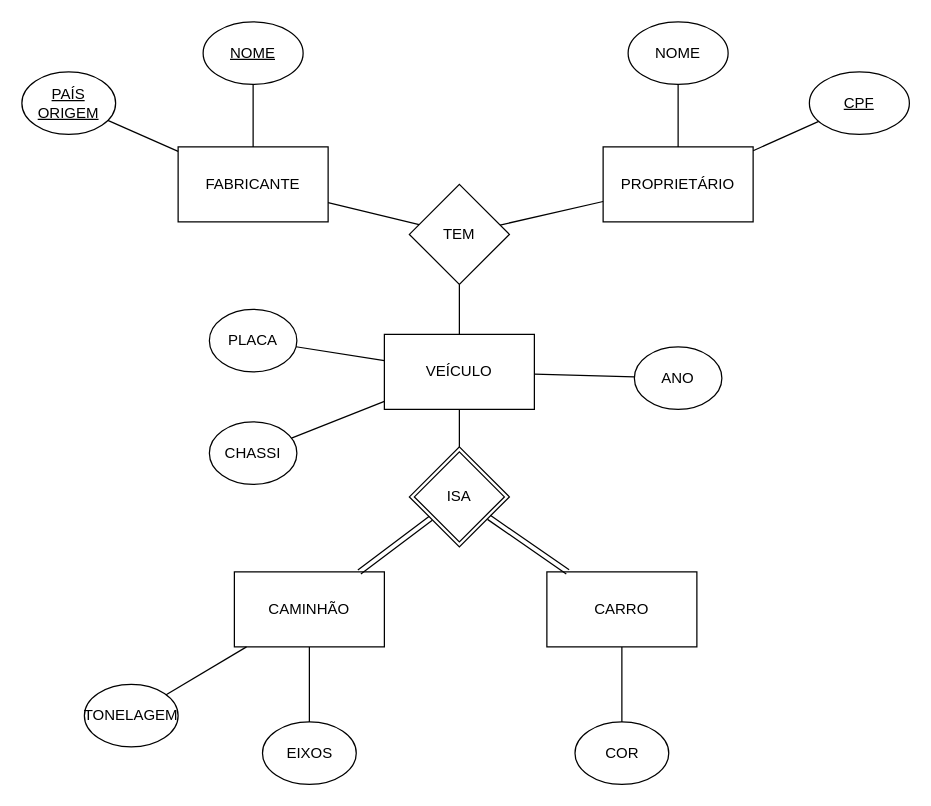
Above: Diagrama sem nome.drawio in nazaroti/Trabalho-Banco-de-Dados (draw.io), before the change. Source tidied: cells renumbered, new cells numbered last; positions are measured from the earlier drawing's top-left corner, leaving out a move shared by most shapes. Both pictures are drawn from the tidied source at 125%, with x=0, y=0 at pixel (21, 21).
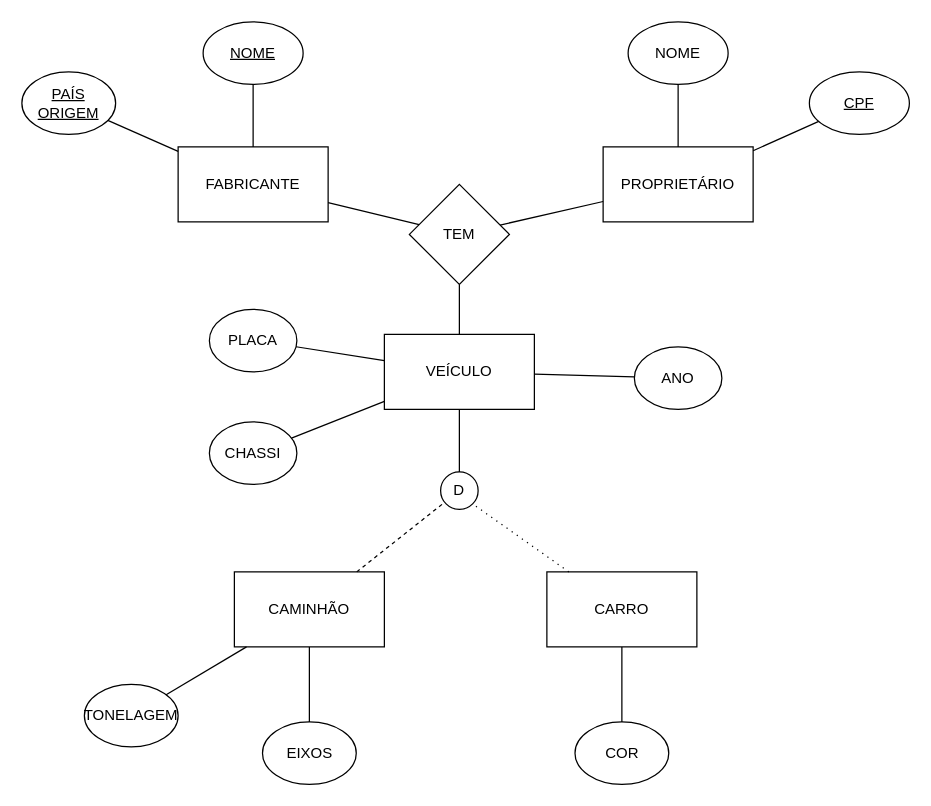
The same diagram, later.

Unchanged cells that the change refers to:
```xml
<mxCell id="4" value="VEÍCULO" style="rounded=0;whiteSpace=wrap;html=1;" parent="1" vertex="1">
  <mxGeometry x="290" y="250" width="120" height="60" as="geometry" />
</mxCell>
<mxCell id="12" value="CAMINHÃO" style="whiteSpace=wrap;html=1;" parent="1" vertex="1">
  <mxGeometry x="170" y="440" width="120" height="60" as="geometry" />
</mxCell>
```

Change to the diagram source:
```diff
@@
-    <mxCell id="11" value="CARRO" style="rounded=0;whiteSpace=wrap;html=1;" parent="1" vertex="1">
+    <mxCell id="11" value="CARRO" style="rounded=0;whiteSpace=wrap;html=1;absoluteArcSize=0;imageAspect=1;noLabel=0;portConstraintRotation=0;fixDash=0;" parent="1" vertex="1">
       <mxGeometry x="420" y="440" width="120" height="60" as="geometry" />
     </mxCell>
@@
-    <mxCell id="15" style="endArrow=none;html=1;rounded=0;" parent="1" edge="1" source="26" target="4">
+    <mxCell id="15" style="endArrow=none;html=1;rounded=0;" parent="1" edge="1" source="35" target="4">
       <mxGeometry relative="1" as="geometry" />
     </mxCell>
@@
-    <mxCell id="26" value="ISA" style="rhombus;whiteSpace=wrap;html=1;shadow=0;rounded=0;gradientColor=none;fillColor=default;strokeColor=default;strokeWidth=1;movableLabel=0;comic=0;enumerate=0;noLabel=0;double=1;" parent="1" vertex="1">
-      <mxGeometry x="310" y="340" width="80" height="80" as="geometry" />
-    </mxCell>
@@
-    <mxCell id="33" style="shape=link;html=1;rounded=0;fontFamily=Helvetica;fontSize=12;fontColor=default;" parent="1" edge="1" source="26" target="11">
-      <mxGeometry relative="1" as="geometry" />
-    </mxCell>
-    <mxCell id="34" style="shape=link;html=1;rounded=0;fontFamily=Helvetica;fontSize=12;fontColor=default;" parent="1" edge="1" source="26" target="12">
-      <mxGeometry relative="1" as="geometry" />
-    </mxCell>
+    <mxCell id="35" value="D" style="ellipse;whiteSpace=wrap;html=1;rounded=0;strokeColor=default;align=center;verticalAlign=middle;fontFamily=Helvetica;fontSize=12;fontColor=default;fillColor=default;" parent="1" vertex="1">
+      <mxGeometry x="335" y="360" width="30" height="30" as="geometry" />
+    </mxCell>
+    <mxCell id="36" style="endArrow=none;dashed=1;html=1;rounded=0;fontFamily=Helvetica;fontSize=12;fontColor=default;" parent="1" edge="1" source="12" target="35">
+      <mxGeometry relative="1" as="geometry" />
+    </mxCell>
+    <mxCell id="37" style="endArrow=none;html=1;rounded=0;fontFamily=Helvetica;fontSize=12;fontColor=default;entryX=1;entryY=1;entryDx=0;entryDy=0;elbow=vertical;dashed=1;dashPattern=1 4;endFill=0;jumpStyle=none;shadow=0;fixDash=0;" parent="1" edge="1" source="11" target="35">
+      <mxGeometry relative="1" as="geometry" />
+    </mxCell>
```
